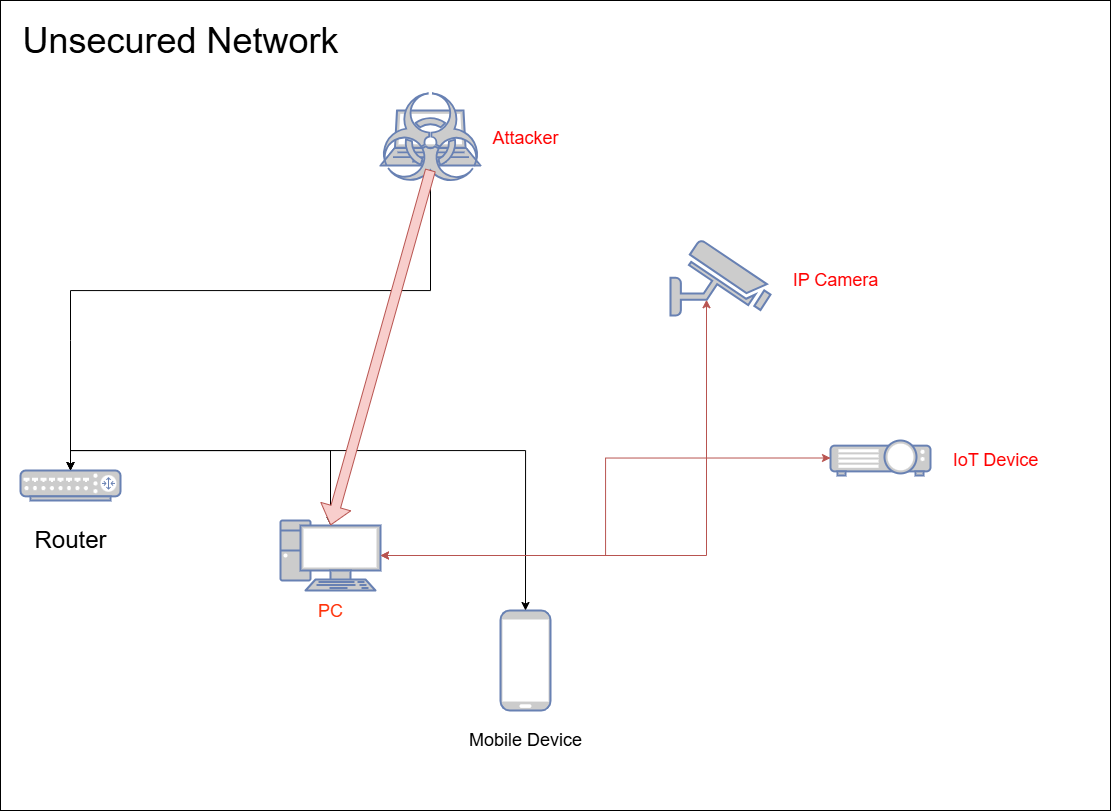
This is Unsecured Network.png from HATZ-Research/RSN, a draw.io export, as it was before one commit. Source tidied: cells renumbered, new cells last; positions are measured from the earlier drawing's top-left corner, leaving out a move shared by most shapes. The source it was exported from:
```xml
<mxGraphModel>
  <root>
    <mxCell id="0" />
    <mxCell id="1" parent="0" />
    <mxCell id="2" style="rounded=0;whiteSpace=wrap;html=1;" parent="1" vertex="1">
      <mxGeometry width="1110" height="810" as="geometry" />
    </mxCell>
    <mxCell id="3" style="fontColor=#0066CC;verticalAlign=top;verticalLabelPosition=bottom;labelPosition=center;align=center;html=1;outlineConnect=0;fillColor=#CCCCCC;strokeColor=#6881B3;gradientColor=none;gradientDirection=north;strokeWidth=2;shape=mxgraph.networks.router;" parent="1" vertex="1">
      <mxGeometry x="20" y="470" width="100" height="30" as="geometry" />
    </mxCell>
    <mxCell id="4" style="fontColor=#0066CC;verticalAlign=top;verticalLabelPosition=bottom;labelPosition=center;align=center;html=1;outlineConnect=0;fillColor=#CCCCCC;strokeColor=#6881B3;gradientColor=none;gradientDirection=north;strokeWidth=2;shape=mxgraph.networks.laptop;" parent="1" vertex="1">
      <mxGeometry x="380" y="110" width="100" height="55" as="geometry" />
    </mxCell>
    <mxCell id="5" style="fontColor=#0066CC;verticalAlign=top;verticalLabelPosition=bottom;labelPosition=center;align=center;html=1;outlineConnect=0;fillColor=#CCCCCC;strokeColor=#6881B3;gradientColor=none;gradientDirection=north;strokeWidth=2;shape=mxgraph.networks.pc;" parent="1" vertex="1">
      <mxGeometry x="280" y="520" width="100" height="70" as="geometry" />
    </mxCell>
    <mxCell id="6" style="edgeStyle=orthogonalEdgeStyle;rounded=0;jettySize=auto;html=1;exitX=0.5;exitY=0;exitDx=0;exitDy=0;exitPerimeter=0;entryX=0.5;entryY=1;entryDx=0;entryDy=0;entryPerimeter=0;startArrow=classic;startFill=1;" parent="1" edge="1" source="3" target="4">
      <mxGeometry relative="1" as="geometry">
        <Array as="points">
          <mxPoint x="70" y="340" />
          <mxPoint x="70" y="290" />
          <mxPoint x="430" y="290" />
        </Array>
      </mxGeometry>
    </mxCell>
    <mxCell id="7" style="edgeStyle=orthogonalEdgeStyle;rounded=0;jettySize=auto;html=1;exitX=0.5;exitY=0;exitDx=0;exitDy=0;exitPerimeter=0;entryX=0.5;entryY=0.07;entryDx=0;entryDy=0;entryPerimeter=0;startArrow=classic;startFill=1;" parent="1" edge="1" source="3" target="5">
      <mxGeometry relative="1" as="geometry" />
    </mxCell>
    <mxCell id="8" value="&lt;font style=&quot;font-size: 24px;&quot;&gt;Router&lt;/font&gt;" style="text;html=1;align=center;verticalAlign=middle;strokeColor=none;fillColor=none;" parent="1" vertex="1">
      <mxGeometry x="20" y="520" width="100" height="40" as="geometry" />
    </mxCell>
    <mxCell id="9" style="fontColor=#0066CC;verticalAlign=top;verticalLabelPosition=bottom;labelPosition=center;align=center;html=1;outlineConnect=0;fillColor=#CCCCCC;strokeColor=#6881B3;gradientColor=none;gradientDirection=north;strokeWidth=2;shape=mxgraph.networks.security_camera;" parent="1" vertex="1">
      <mxGeometry x="670" y="240" width="100" height="75" as="geometry" />
    </mxCell>
    <mxCell id="10" style="fontColor=#0066CC;verticalAlign=top;verticalLabelPosition=bottom;labelPosition=center;align=center;html=1;outlineConnect=0;fillColor=#CCCCCC;strokeColor=#6881B3;gradientColor=none;gradientDirection=north;strokeWidth=2;shape=mxgraph.networks.video_projector;" parent="1" vertex="1">
      <mxGeometry x="830" y="440" width="100" height="35" as="geometry" />
    </mxCell>
    <mxCell id="11" style="fontColor=#0066CC;verticalAlign=top;verticalLabelPosition=bottom;labelPosition=center;align=center;html=1;outlineConnect=0;fillColor=#CCCCCC;strokeColor=#6881B3;gradientColor=none;gradientDirection=north;strokeWidth=2;shape=mxgraph.networks.mobile;" parent="1" vertex="1">
      <mxGeometry x="500" y="610" width="50" height="100" as="geometry" />
    </mxCell>
    <mxCell id="12" style="edgeStyle=orthogonalEdgeStyle;rounded=0;jettySize=auto;html=1;exitX=0.5;exitY=0;exitDx=0;exitDy=0;exitPerimeter=0;entryX=0.5;entryY=0;entryDx=0;entryDy=0;entryPerimeter=0;startArrow=classic;startFill=1;" parent="1" edge="1" source="11" target="3">
      <mxGeometry relative="1" as="geometry" />
    </mxCell>
    <mxCell id="13" style="fontColor=#0066CC;verticalAlign=top;verticalLabelPosition=bottom;labelPosition=center;align=center;html=1;outlineConnect=0;fillColor=#CCCCCC;strokeColor=#6881B3;gradientColor=none;gradientDirection=north;strokeWidth=2;shape=mxgraph.networks.virus;" parent="1" vertex="1">
      <mxGeometry x="380" y="93" width="100" height="90" as="geometry" />
    </mxCell>
    <mxCell id="14" style="shape=flexArrow;endArrow=classic;html=1;rounded=0;exitX=0.5;exitY=0.85;exitDx=0;exitDy=0;exitPerimeter=0;entryX=0.5;entryY=0.07;entryDx=0;entryDy=0;entryPerimeter=0;fillColor=#f8cecc;strokeColor=#b85450;" parent="1" edge="1" source="13" target="5">
      <mxGeometry relative="1" as="geometry" />
    </mxCell>
    <mxCell id="15" style="edgeStyle=orthogonalEdgeStyle;rounded=0;jettySize=auto;html=1;exitX=1;exitY=0.5;exitDx=0;exitDy=0;exitPerimeter=0;entryX=0.36;entryY=0.79;entryDx=0;entryDy=0;entryPerimeter=0;startArrow=classic;startFill=1;fillColor=#f8cecc;strokeColor=#b85450;" parent="1" edge="1" source="5" target="9">
      <mxGeometry relative="1" as="geometry" />
    </mxCell>
    <mxCell id="16" style="edgeStyle=orthogonalEdgeStyle;rounded=0;jettySize=auto;html=1;exitX=0;exitY=0.5;exitDx=0;exitDy=0;exitPerimeter=0;entryX=1;entryY=0.5;entryDx=0;entryDy=0;entryPerimeter=0;startArrow=classic;startFill=1;fillColor=#f8cecc;strokeColor=#b85450;" parent="1" edge="1" source="10" target="5">
      <mxGeometry relative="1" as="geometry" />
    </mxCell>
    <mxCell id="17" value="&lt;font style=&quot;font-size: 36px;&quot;&gt;Unsecured Network&lt;/font&gt;" style="text;html=1;align=center;verticalAlign=middle;strokeColor=none;fillColor=none;" parent="1" vertex="1">
      <mxGeometry x="10" y="10" width="340" height="60" as="geometry" />
    </mxCell>
    <mxCell id="18" value="&lt;font style=&quot;font-size: 18px;&quot;&gt;IP Camera&lt;/font&gt;" style="text;html=1;align=center;verticalAlign=middle;strokeColor=none;fillColor=none;fontColor=#FF0000;" parent="1" vertex="1">
      <mxGeometry x="780" y="260" width="110" height="40" as="geometry" />
    </mxCell>
    <mxCell id="19" value="&lt;span style=&quot;font-size: 18px;&quot;&gt;IoT Device&lt;/span&gt;" style="text;html=1;align=center;verticalAlign=middle;strokeColor=none;fillColor=none;fontColor=#FF0000;" parent="1" vertex="1">
      <mxGeometry x="940" y="440" width="110" height="40" as="geometry" />
    </mxCell>
    <mxCell id="20" value="&lt;font style=&quot;font-size: 18px;&quot;&gt;PC&lt;/font&gt;" style="text;html=1;align=center;verticalAlign=middle;strokeColor=none;fillColor=none;fontColor=#FF320A;" parent="1" vertex="1">
      <mxGeometry x="305" y="591" width="50" height="40" as="geometry" />
    </mxCell>
    <mxCell id="21" value="&lt;font style=&quot;font-size: 18px;&quot;&gt;Mobile Device&lt;/font&gt;" style="text;html=1;align=center;verticalAlign=middle;strokeColor=none;fillColor=none;" parent="1" vertex="1">
      <mxGeometry x="455" y="720" width="140" height="40" as="geometry" />
    </mxCell>
    <mxCell id="22" value="&lt;font style=&quot;font-size: 18px;&quot;&gt;Attacker&lt;/font&gt;" style="text;html=1;align=center;verticalAlign=middle;strokeColor=none;fillColor=none;fontColor=#FF0000;" parent="1" vertex="1">
      <mxGeometry x="480" y="117.5" width="90" height="40" as="geometry" />
    </mxCell>
  </root>
</mxGraphModel>
```
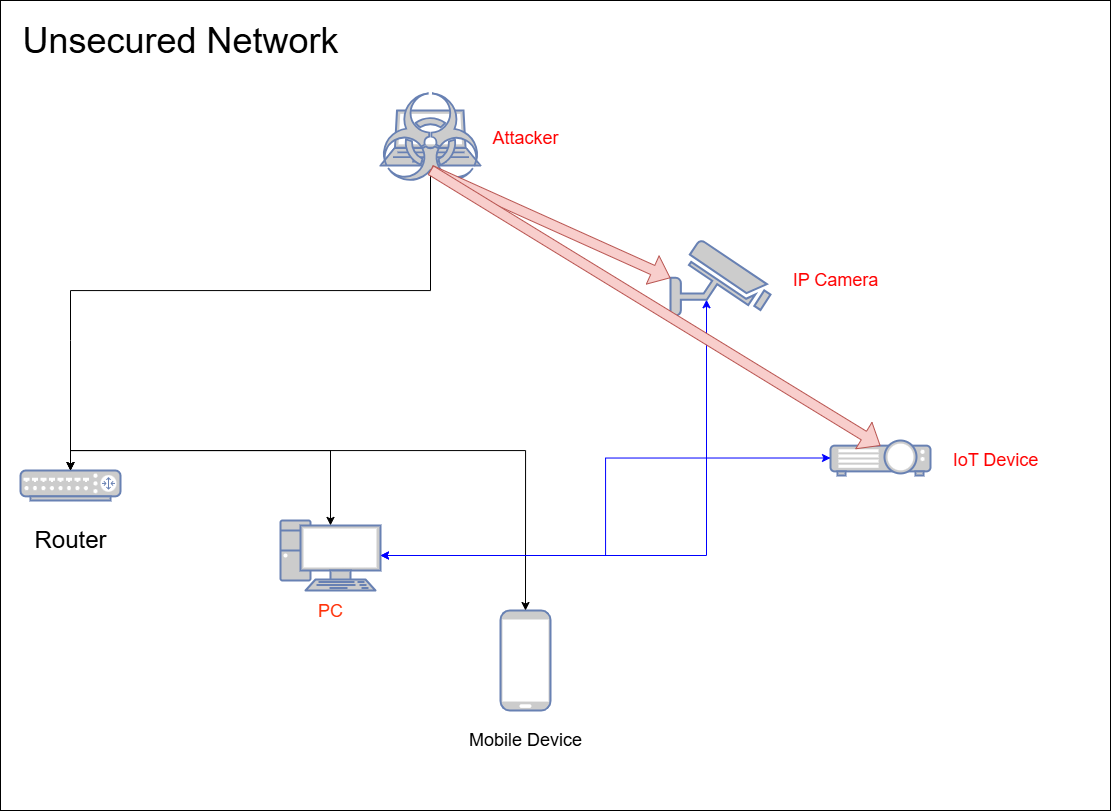
Above is the later version.

The edit, as a diff of the source:
```diff
@@ -44,13 +44,13 @@
     <mxCell id="13" style="fontColor=#0066CC;verticalAlign=top;verticalLabelPosition=bottom;labelPosition=center;align=center;html=1;outlineConnect=0;fillColor=#CCCCCC;strokeColor=#6881B3;gradientColor=none;gradientDirection=north;strokeWidth=2;shape=mxgraph.networks.virus;" parent="1" vertex="1">
       <mxGeometry x="380" y="93" width="100" height="90" as="geometry" />
     </mxCell>
-    <mxCell id="14" style="shape=flexArrow;endArrow=classic;html=1;rounded=0;exitX=0.5;exitY=0.85;exitDx=0;exitDy=0;exitPerimeter=0;entryX=0.5;entryY=0.07;entryDx=0;entryDy=0;entryPerimeter=0;fillColor=#f8cecc;strokeColor=#b85450;" parent="1" edge="1" source="13" target="5">
+    <mxCell id="14" style="shape=flexArrow;endArrow=classic;html=1;rounded=0;exitX=0.5;exitY=0.85;exitDx=0;exitDy=0;exitPerimeter=0;entryX=0;entryY=0.5;entryDx=0;entryDy=0;entryPerimeter=0;fillColor=#f8cecc;strokeColor=#b85450;" parent="1" edge="1" source="13" target="9">
       <mxGeometry relative="1" as="geometry" />
     </mxCell>
-    <mxCell id="15" style="edgeStyle=orthogonalEdgeStyle;rounded=0;jettySize=auto;html=1;exitX=1;exitY=0.5;exitDx=0;exitDy=0;exitPerimeter=0;entryX=0.36;entryY=0.79;entryDx=0;entryDy=0;entryPerimeter=0;startArrow=classic;startFill=1;fillColor=#f8cecc;strokeColor=#b85450;" parent="1" edge="1" source="5" target="9">
+    <mxCell id="15" style="edgeStyle=orthogonalEdgeStyle;rounded=0;jettySize=auto;html=1;exitX=1;exitY=0.5;exitDx=0;exitDy=0;exitPerimeter=0;entryX=0.36;entryY=0.79;entryDx=0;entryDy=0;entryPerimeter=0;startArrow=classic;startFill=1;fillColor=#f8cecc;strokeColor=#0000FF;" parent="1" edge="1" source="5" target="9">
       <mxGeometry relative="1" as="geometry" />
     </mxCell>
-    <mxCell id="16" style="edgeStyle=orthogonalEdgeStyle;rounded=0;jettySize=auto;html=1;exitX=0;exitY=0.5;exitDx=0;exitDy=0;exitPerimeter=0;entryX=1;entryY=0.5;entryDx=0;entryDy=0;entryPerimeter=0;startArrow=classic;startFill=1;fillColor=#f8cecc;strokeColor=#b85450;" parent="1" edge="1" source="10" target="5">
+    <mxCell id="16" style="edgeStyle=orthogonalEdgeStyle;rounded=0;jettySize=auto;html=1;exitX=0;exitY=0.5;exitDx=0;exitDy=0;exitPerimeter=0;entryX=1;entryY=0.5;entryDx=0;entryDy=0;entryPerimeter=0;startArrow=classic;startFill=1;fillColor=#f8cecc;strokeColor=#0000FF;" parent="1" edge="1" source="10" target="5">
       <mxGeometry relative="1" as="geometry" />
     </mxCell>
     <mxCell id="17" value="&lt;font style=&quot;font-size: 36px;&quot;&gt;Unsecured Network&lt;/font&gt;" style="text;html=1;align=center;verticalAlign=middle;strokeColor=none;fillColor=none;" parent="1" vertex="1">
@@ -71,5 +71,8 @@
     <mxCell id="22" value="&lt;font style=&quot;font-size: 18px;&quot;&gt;Attacker&lt;/font&gt;" style="text;html=1;align=center;verticalAlign=middle;strokeColor=none;fillColor=none;fontColor=#FF0000;" parent="1" vertex="1">
       <mxGeometry x="480" y="117.5" width="90" height="40" as="geometry" />
     </mxCell>
+    <mxCell id="23" style="shape=flexArrow;endArrow=classic;html=1;rounded=0;exitX=0.5;exitY=0.85;exitDx=0;exitDy=0;exitPerimeter=0;entryX=0.5;entryY=0.15;entryDx=0;entryDy=0;entryPerimeter=0;fillColor=#f8cecc;strokeColor=#b85450;" parent="1" edge="1" source="13" target="10">
+      <mxGeometry relative="1" as="geometry" />
+    </mxCell>
   </root>
 </mxGraphModel>
```
